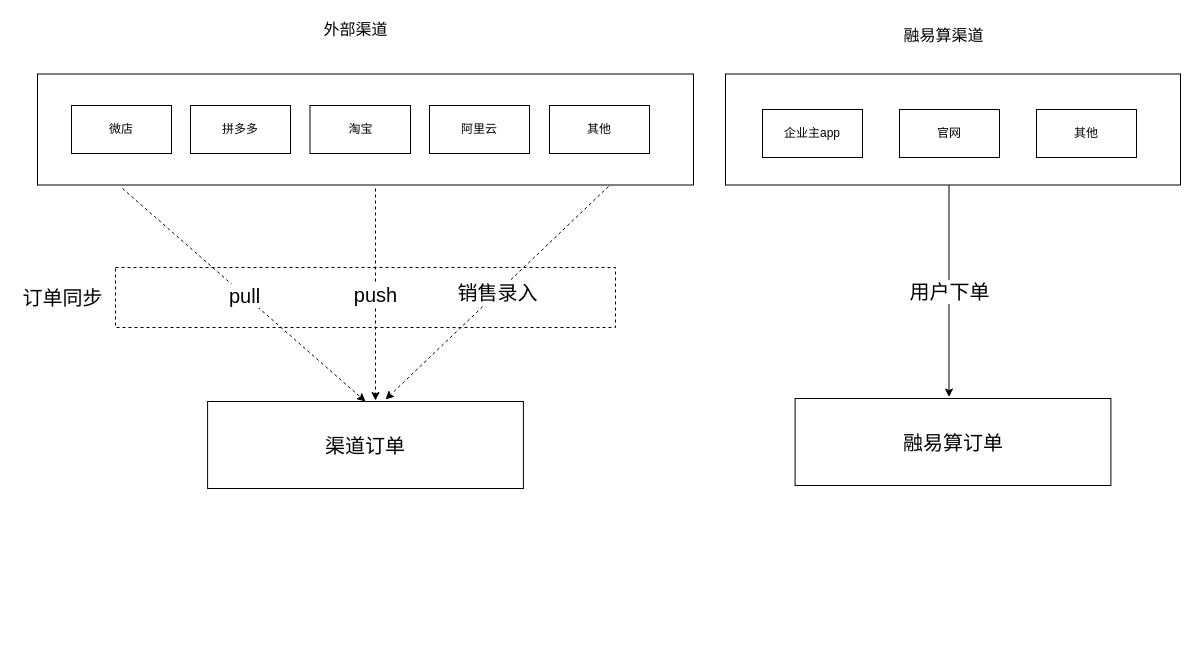
Before: 渠道订单.drawio in zhaoershuang/flow-chart, a draw.io diagram. Source tidied: cells renumbered, new cells numbered last; positions are measured from the earlier drawing's top-left corner, leaving out a move shared by most shapes. Both pictures are drawn from the tidied source at 100%, with x=0, y=0 at pixel (17, 19).
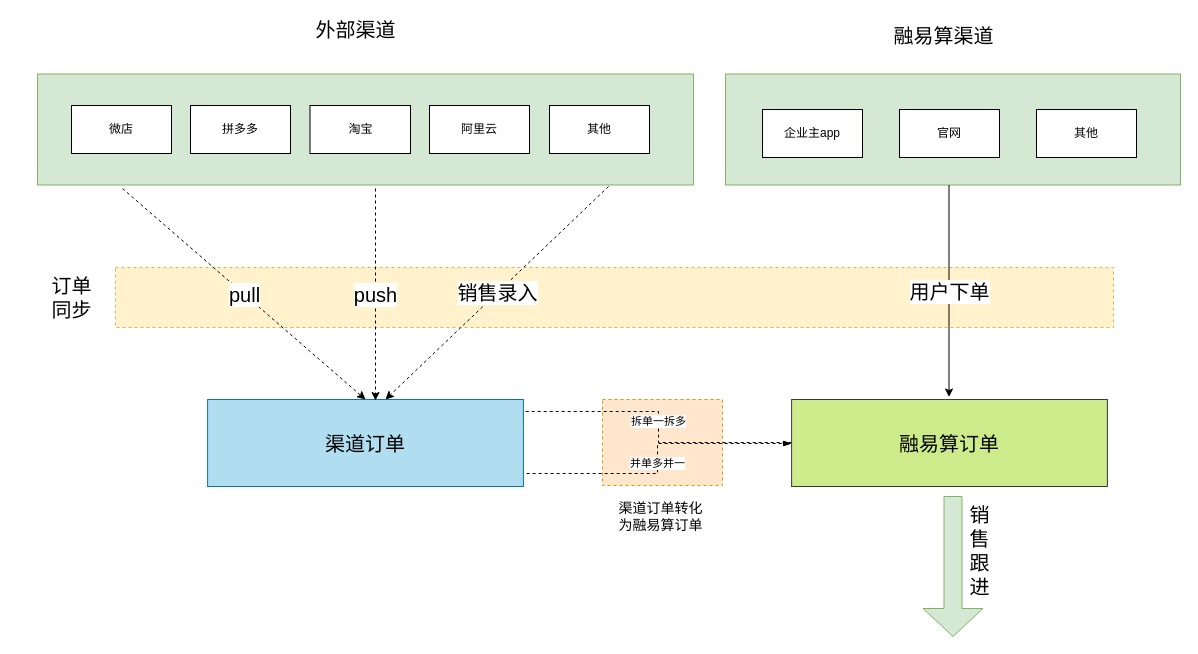
The same diagram, later.

Commit message (it also covers changes not shown here):
更新渠道订单.drawio

Diff of the diagram source:
```diff
@@
+    <mxCell id="22" style="rounded=0;whiteSpace=wrap;html=1;dashed=1;fillColor=#ffe6cc;strokeColor=#d79b00;" parent="1" vertex="1">
+      <mxGeometry x="585" y="380" width="120" height="86" as="geometry" />
+    </mxCell>
-    <mxCell id="2" style="rounded=0;whiteSpace=wrap;html=1;dashed=1;" parent="1" vertex="1">
-      <mxGeometry x="98" y="248" width="500" height="60" as="geometry" />
+    <mxCell id="2" style="rounded=0;whiteSpace=wrap;html=1;dashed=1;fillColor=#fff2cc;strokeColor=#d6b656;" parent="1" vertex="1">
+      <mxGeometry x="98" y="248" width="998" height="60" as="geometry" />
     </mxCell>
-    <mxCell id="3" style="rounded=0;whiteSpace=wrap;html=1;" parent="1" vertex="1">
+    <mxCell id="3" style="rounded=0;whiteSpace=wrap;html=1;fillColor=#d5e8d4;strokeColor=#82b366;" parent="1" vertex="1">
       <mxGeometry x="20" y="54.5" width="656" height="111" as="geometry" />
     </mxCell>
@@
-    <mxCell id="9" value="&lt;font style=&quot;font-size: 16px&quot;&gt;外部渠道&lt;/font&gt;" style="text;html=1;align=center;verticalAlign=middle;" parent="1" vertex="1">
-      <mxGeometry x="301" width="74" height="19" as="geometry" />
+    <mxCell id="9" value="&lt;font style=&quot;font-size: 20px&quot;&gt;外部渠道&lt;/font&gt;" style="text;html=1;align=center;verticalAlign=middle;" parent="1" vertex="1">
+      <mxGeometry x="293" y="-1" width="90" height="21" as="geometry" />
     </mxCell>
-    <mxCell id="10" style="rounded=0;whiteSpace=wrap;html=1;" parent="1" vertex="1">
+    <mxCell id="10" style="rounded=0;whiteSpace=wrap;html=1;fillColor=#d5e8d4;strokeColor=#82b366;" parent="1" vertex="1">
       <mxGeometry x="708" y="54.5" width="455" height="111" as="geometry" />
     </mxCell>
@@
-    <mxCell id="14" value="&lt;font style=&quot;font-size: 16px&quot;&gt;融易算渠道&lt;/font&gt;" style="text;html=1;align=center;verticalAlign=middle;" parent="1" vertex="1">
-      <mxGeometry x="881" y="6" width="90" height="19" as="geometry" />
+    <mxCell id="14" value="&lt;font style=&quot;font-size: 20px&quot;&gt;融易算渠道&lt;/font&gt;" style="text;html=1;align=center;verticalAlign=middle;" parent="1" vertex="1">
+      <mxGeometry x="871" y="5" width="110" height="21" as="geometry" />
     </mxCell>
+    <mxCell id="23" value="拆单一拆多" style="edgeStyle=orthogonalEdgeStyle;rounded=0;jettySize=auto;html=1;exitX=1;exitY=0.25;exitDx=0;exitDy=0;dashed=1;endArrow=none;endFill=0;" parent="1" edge="1" source="15">
+      <mxGeometry relative="1" as="geometry">
+        <mxPoint x="776" y="423" as="targetPoint" />
+        <Array as="points">
+          <mxPoint x="506" y="392" />
+          <mxPoint x="641" y="392" />
+          <mxPoint x="641" y="423" />
+        </Array>
+      </mxGeometry>
+    </mxCell>
+    <mxCell id="24" value="并单多并一" style="edgeStyle=orthogonalEdgeStyle;rounded=0;jettySize=auto;html=1;exitX=1;exitY=0.75;exitDx=0;exitDy=0;dashed=1;endArrow=blockThin;endFill=1;" parent="1" edge="1" source="15" target="16">
+      <mxGeometry relative="1" as="geometry">
+        <Array as="points">
+          <mxPoint x="506" y="454" />
+          <mxPoint x="640" y="454" />
+          <mxPoint x="640" y="424" />
+        </Array>
+      </mxGeometry>
+    </mxCell>
-    <mxCell id="15" value="&lt;font style=&quot;font-size: 20px&quot;&gt;渠道订单&lt;/font&gt;" style="rounded=0;whiteSpace=wrap;html=1;" parent="1" vertex="1">
-      <mxGeometry x="190.1" y="382" width="315.8" height="87" as="geometry" />
+    <mxCell id="15" value="&lt;font style=&quot;font-size: 20px&quot;&gt;渠道订单&lt;/font&gt;" style="rounded=0;whiteSpace=wrap;html=1;fillColor=#b1ddf0;strokeColor=#10739e;" parent="1" vertex="1">
+      <mxGeometry x="190.1" y="380" width="315.8" height="87" as="geometry" />
     </mxCell>
-    <mxCell id="16" value="&lt;font style=&quot;font-size: 20px&quot;&gt;融易算订单&lt;/font&gt;" style="rounded=0;whiteSpace=wrap;html=1;" parent="1" vertex="1">
-      <mxGeometry x="777.6" y="379" width="315.8" height="87" as="geometry" />
+    <mxCell id="16" value="&lt;font style=&quot;font-size: 20px&quot;&gt;融易算订单&lt;/font&gt;" style="rounded=0;whiteSpace=wrap;html=1;fillColor=#cdeb8b;strokeColor=#36393d;" parent="1" vertex="1">
+      <mxGeometry x="774.1" y="380" width="315.8" height="87" as="geometry" />
     </mxCell>
@@
-    <mxCell id="21" value="&lt;font style=&quot;font-size: 20px&quot;&gt;订单同步&lt;/font&gt;" style="text;html=1;align=center;verticalAlign=middle;" parent="1" vertex="1">
-      <mxGeometry y="267.5" width="90" height="21" as="geometry" />
+    <mxCell id="21" value="&lt;font style=&quot;font-size: 20px&quot;&gt;订单&lt;br&gt;同步&lt;/font&gt;" style="text;html=1;align=center;verticalAlign=middle;" parent="1" vertex="1">
+      <mxGeometry x="29" y="259" width="50" height="38" as="geometry" />
     </mxCell>
+    <mxCell id="25" value="&lt;font style=&quot;font-size: 14px&quot;&gt;渠道订单转化&lt;br&gt;为融易算订单&lt;/font&gt;" style="text;html=1;align=center;verticalAlign=middle;" parent="1" vertex="1">
+      <mxGeometry x="596" y="480" width="94" height="34" as="geometry" />
+    </mxCell>
+    <mxCell id="26" style="shape=singleArrow;direction=south;whiteSpace=wrap;html=1;fillColor=#d5e8d4;strokeColor=#82b366;" parent="1" vertex="1">
+      <mxGeometry x="905.5" y="477" width="60" height="140" as="geometry" />
+    </mxCell>
+    <mxCell id="27" value="&lt;span style=&quot;font-size: 20px&quot;&gt;销&lt;br&gt;售&lt;br&gt;跟&lt;br&gt;进&lt;/span&gt;" style="text;html=1;align=center;verticalAlign=middle;" parent="1" vertex="1">
+      <mxGeometry x="947" y="495" width="30" height="72" as="geometry" />
+    </mxCell>
```
